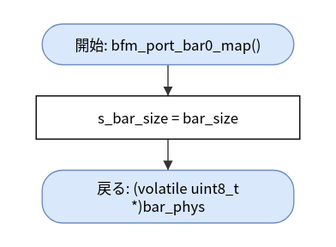
hf355051012-ai/bfmem keeps this draw.io diagram as doc/spec/images/flow_port_vxworks_port_vxworks-bfm_port_bar0_map.drawio.svg. Above is the earlier version. Source tidied: cells renumbered, new cells last; positions are measured from the earlier drawing's top-left corner, leaving out a move shared by most shapes.
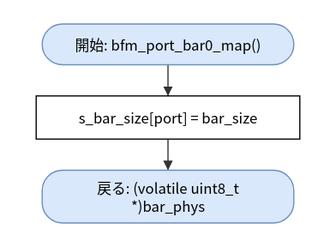
The same diagram one commit later.

The edit, as a diff of the source:
```diff
@@ -5,7 +5,7 @@
     <mxCell id="2" value="開始: bfm_port_bar0_map()" style="rounded=1;arcSize=50;whiteSpace=wrap;html=1;fillColor=#dae8fc;strokeColor=#6c8ebf;" parent="1" vertex="1">
       <mxGeometry x="5" width="210" height="34" as="geometry" />
     </mxCell>
-    <mxCell id="3" value="s_bar_size = bar_size" style="rounded=0;whiteSpace=wrap;html=1;" parent="1" vertex="1">
+    <mxCell id="3" value="s_bar_size[port] = bar_size" style="rounded=0;whiteSpace=wrap;html=1;" parent="1" vertex="1">
       <mxGeometry y="60" width="220" height="36" as="geometry" />
     </mxCell>
     <mxCell id="4" value="戻る: (volatile uint8_t&lt;br&gt;*)bar_phys" style="rounded=1;arcSize=50;whiteSpace=wrap;html=1;fillColor=#dae8fc;strokeColor=#6c8ebf;" parent="1" vertex="1">
```
